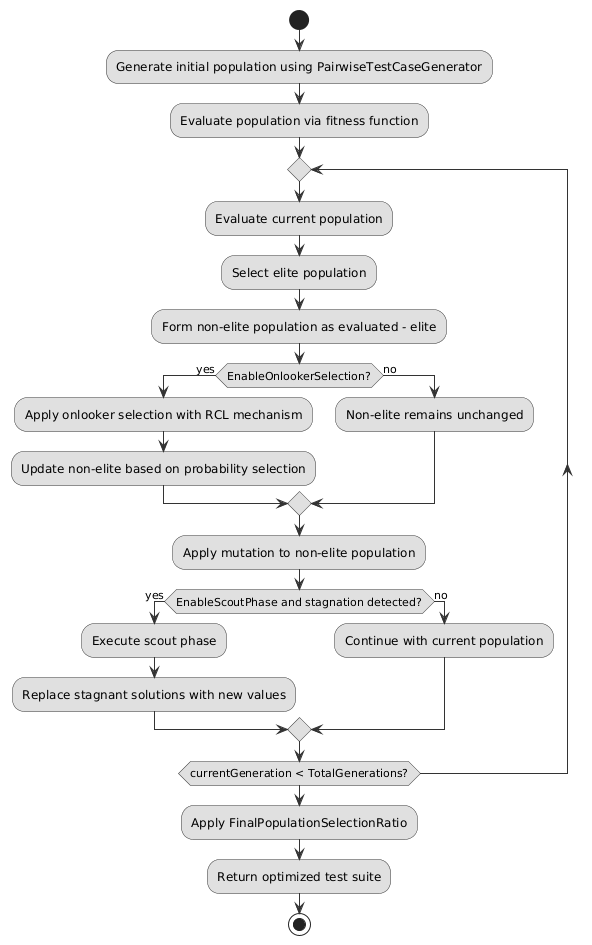
Before: DiagramsEN/5. Activity Diagrams/activity_diagram2.png, a diagram exported from PlantUML (AutomateThePlanet/Testimize).
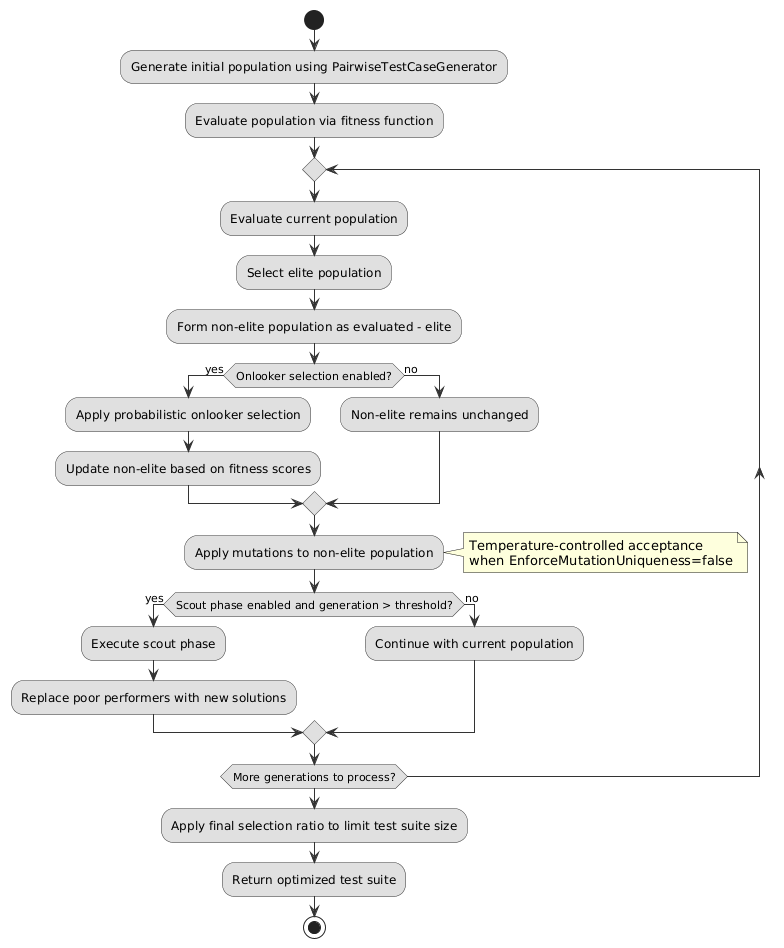
The same file after the commit.

Diff of the diagram source:
```diff
@@ -18,25 +18,29 @@
 
     :Form non-elite population as evaluated - elite;
 
-    if (EnableOnlookerSelection?) then (yes)
-        :Apply onlooker selection with RCL mechanism;
-        :Update non-elite based on probability selection;
+    if (Onlooker selection enabled?) then (yes)
+        :Apply probabilistic onlooker selection;
+        :Update non-elite based on fitness scores;
     else (no)
         :Non-elite remains unchanged;
     endif
 
-    :Apply mutation to non-elite population;
+    :Apply mutations to non-elite population;
+note right
+  Temperature-controlled acceptance
+  when EnforceMutationUniqueness=false
+end note
 
-    if (EnableScoutPhase and stagnation detected?) then (yes)
+    if (Scout phase enabled and generation > threshold?) then (yes)
         :Execute scout phase;
-        :Replace stagnant solutions with new values;
+        :Replace poor performers with new solutions;
     else (no)
         :Continue with current population;
     endif
 
-repeat while (currentGeneration < TotalGenerations?)
+repeat while (More generations to process?)
 
-:Apply FinalPopulationSelectionRatio;
+:Apply final selection ratio to limit test suite size;
 
 :Return optimized test suite;
 
```
